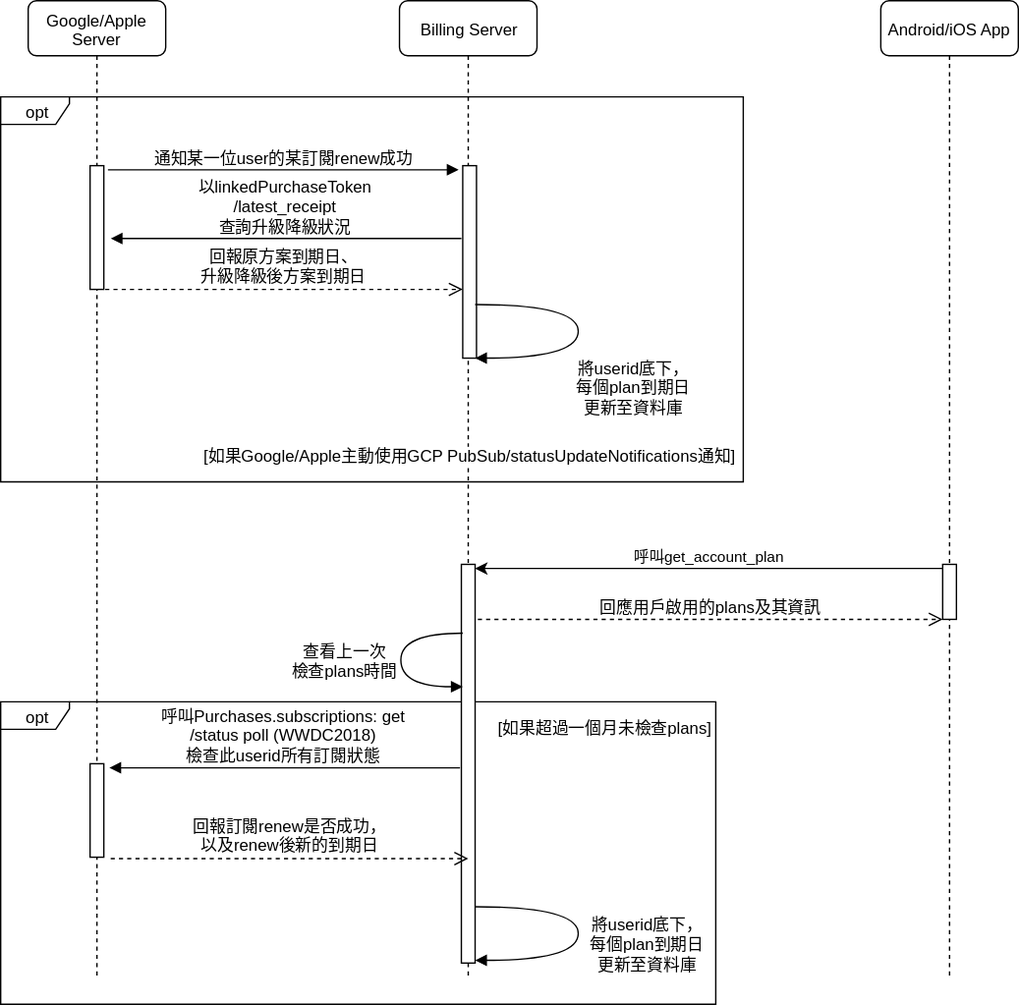
This is aicam_cloud_in_app_purchases_renewing.svg from buddisattva/aicam.github.io, a draw.io export, as it was before one commit. Source tidied: cells renumbered, new cells last; positions are measured from the earlier drawing's top-left corner, leaving out a move shared by most shapes. Its diagram source:
```xml
<mxGraphModel>
  <root>
    <mxCell id="0" />
    <mxCell id="1" parent="0" />
    <mxCell id="2" value="opt" style="shape=umlFrame;whiteSpace=wrap;html=1;width=50;height=20;fontFamily=Helvetica;" parent="1" vertex="1">
      <mxGeometry y="510" width="520" height="220" as="geometry" />
    </mxCell>
    <mxCell id="3" value="Google/Apple Server" style="shape=umlLifeline;perimeter=lifelinePerimeter;whiteSpace=wrap;html=1;rounded=1;shadow=0;comic=0;labelBackgroundColor=none;strokeColor=#000000;strokeWidth=1;fillColor=#FFFFFF;fontFamily=Helvetica;fontSize=12;fontColor=#000000;align=center;" parent="1" vertex="1">
      <mxGeometry x="20" width="100" height="710" as="geometry" />
    </mxCell>
    <mxCell id="4" style="group;fontFamily=Helvetica;" parent="3" vertex="1">
      <mxGeometry x="45" y="120" width="10" height="90" as="geometry" />
    </mxCell>
    <mxCell id="5" style="html=1;perimeter=orthogonalPerimeter;fontFamily=Helvetica;fontSize=12;" parent="4" vertex="1">
      <mxGeometry width="10" height="90" as="geometry" />
    </mxCell>
    <mxCell id="6" value="opt" style="shape=umlFrame;whiteSpace=wrap;html=1;width=50;height=20;fontFamily=Helvetica;" parent="1" vertex="1">
      <mxGeometry y="70" width="540" height="280" as="geometry" />
    </mxCell>
    <mxCell id="7" value="Billing Server" style="shape=umlLifeline;perimeter=lifelinePerimeter;whiteSpace=wrap;html=1;rounded=1;shadow=0;comic=0;labelBackgroundColor=none;strokeColor=#000000;strokeWidth=1;fillColor=#FFFFFF;fontFamily=Helvetica;fontSize=12;fontColor=#000000;align=center;" parent="1" vertex="1">
      <mxGeometry x="290" width="100" height="710" as="geometry" />
    </mxCell>
    <mxCell id="8" style="group;fontFamily=Helvetica;" parent="7" vertex="1">
      <mxGeometry x="46" y="120" width="10" height="140" as="geometry" />
    </mxCell>
    <mxCell id="9" style="html=1;perimeter=orthogonalPerimeter;fontFamily=Helvetica;fontSize=12;" parent="8" vertex="1">
      <mxGeometry width="10" height="140" as="geometry" />
    </mxCell>
    <mxCell id="10" style="html=1;points=[];perimeter=orthogonalPerimeter;rounded=0;shadow=0;comic=0;labelBackgroundColor=none;strokeColor=#000000;strokeWidth=1;fillColor=#FFFFFF;fontFamily=Helvetica;fontSize=12;fontColor=#000000;align=center;" parent="7" vertex="1">
      <mxGeometry x="45" y="410" width="10" height="290" as="geometry" />
    </mxCell>
    <mxCell id="11" value="[如果Google/Apple主動使用GCP PubSub/statusUpdateNotifications通知]" style="text;html=1;align=left;verticalAlign=top;spacingTop=-4;fontSize=12;fontFamily=Helvetica;labelBackgroundColor=#ffffff;" parent="1" vertex="1">
      <mxGeometry x="146" y="322.2" width="400" height="20" as="geometry" />
    </mxCell>
    <mxCell id="12" value="通知某一位user的某訂閱renew成功&lt;br&gt;" style="html=1;verticalAlign=bottom;endArrow=block;labelBackgroundColor=#ffffff;fontFamily=Helvetica;fontSize=12;edgeStyle=elbowEdgeStyle;elbow=vertical;" parent="1" edge="1">
      <mxGeometry relative="1" as="geometry">
        <mxPoint x="78" y="123" as="sourcePoint" />
        <mxPoint x="333" y="123" as="targetPoint" />
      </mxGeometry>
    </mxCell>
    <mxCell id="13" value="將userid底下，&lt;br&gt;每個plan到期日&lt;br&gt;更新至資料庫&lt;br&gt;" style="html=1;verticalAlign=top;endArrow=block;labelBackgroundColor=none;fontFamily=Helvetica;fontSize=12;elbow=vertical;edgeStyle=orthogonalEdgeStyle;curved=1;exitX=0.5;exitY=0.013;exitPerimeter=0;exitDx=0;exitDy=0;labelPosition=center;verticalLabelPosition=bottom;align=center;" parent="1" edge="1">
      <mxGeometry x="0.21" y="-40" relative="1" as="geometry">
        <mxPoint x="345" y="221" as="sourcePoint" />
        <mxPoint x="345" y="260" as="targetPoint" />
        <Array as="points">
          <mxPoint x="420" y="221" />
          <mxPoint x="420" y="260" />
        </Array>
        <mxPoint x="40" y="34" as="offset" />
      </mxGeometry>
    </mxCell>
    <mxCell id="14" value="&lt;span&gt;以linkedPurchaseToken&lt;br&gt;&lt;/span&gt;/&lt;span&gt;latest_receipt&lt;/span&gt;&lt;br&gt;查詢升級降級狀況&lt;br&gt;" style="html=1;verticalAlign=bottom;endArrow=block;labelBackgroundColor=#ffffff;fontFamily=Helvetica;fontSize=12;edgeStyle=elbowEdgeStyle;elbow=vertical;" parent="1" edge="1">
      <mxGeometry relative="1" as="geometry">
        <mxPoint x="335" y="173" as="sourcePoint" />
        <mxPoint x="80" y="173" as="targetPoint" />
      </mxGeometry>
    </mxCell>
    <mxCell id="15" value="回報原方案到期日、&lt;br&gt;升級降級後方案到期日&lt;br&gt;" style="html=1;verticalAlign=bottom;endArrow=open;dashed=1;endSize=8;labelBackgroundColor=none;fontFamily=Helvetica;fontSize=12;" parent="1" edge="1">
      <mxGeometry relative="1" as="geometry">
        <mxPoint x="76" y="210" as="sourcePoint" />
        <mxPoint x="336" y="210" as="targetPoint" />
      </mxGeometry>
    </mxCell>
    <mxCell id="16" value="Android/iOS App" style="shape=umlLifeline;perimeter=lifelinePerimeter;whiteSpace=wrap;html=1;rounded=1;shadow=0;comic=0;labelBackgroundColor=none;strokeColor=#000000;strokeWidth=1;fillColor=#FFFFFF;fontFamily=Helvetica;fontSize=12;fontColor=#000000;align=center;" parent="1" vertex="1">
      <mxGeometry x="640" width="100" height="710" as="geometry" />
    </mxCell>
    <mxCell id="17" style="html=1;points=[];perimeter=orthogonalPerimeter;rounded=0;shadow=0;comic=0;labelBackgroundColor=none;strokeColor=#000000;strokeWidth=1;fillColor=#FFFFFF;fontFamily=Helvetica;fontSize=12;fontColor=#000000;align=center;" parent="16" vertex="1">
      <mxGeometry x="45" y="410" width="10" height="40" as="geometry" />
    </mxCell>
    <mxCell id="18" value="呼叫get_account_plan" style="endArrow=classic;html=1;entryX=0.96;entryY=0.011;entryDx=0;entryDy=0;entryPerimeter=0;labelPosition=center;verticalLabelPosition=top;align=center;verticalAlign=bottom;" parent="1" edge="1" target="10">
      <mxGeometry relative="1" as="geometry">
        <mxPoint x="685" y="413" as="sourcePoint" />
      </mxGeometry>
    </mxCell>
    <mxCell id="19" value="回應用戶啟用的plans及其資訊&lt;br&gt;" style="html=1;verticalAlign=bottom;endArrow=open;dashed=1;endSize=8;labelBackgroundColor=none;fontFamily=Helvetica;fontSize=12;entryX=0.04;entryY=1.007;entryDx=0;entryDy=0;entryPerimeter=0;" parent="1" edge="1" target="17">
      <mxGeometry relative="1" as="geometry">
        <mxPoint x="347" y="450" as="sourcePoint" />
      </mxGeometry>
    </mxCell>
    <mxCell id="20" style="html=1;perimeter=orthogonalPerimeter;fontFamily=Helvetica;" parent="1" vertex="1">
      <mxGeometry x="65" y="555" width="10" height="68" as="geometry" />
    </mxCell>
    <mxCell id="21" value="呼叫Purchases.subscriptions: get&lt;br&gt;/status poll (WWDC2018)&lt;br&gt;檢查此userid所有訂閱狀態&lt;br&gt;" style="html=1;verticalAlign=bottom;endArrow=block;labelBackgroundColor=#ffffff;fontFamily=Helvetica;fontSize=12;edgeStyle=elbowEdgeStyle;elbow=vertical;" parent="1" edge="1">
      <mxGeometry relative="1" as="geometry">
        <mxPoint x="334" y="558" as="sourcePoint" />
        <mxPoint x="79" y="558" as="targetPoint" />
      </mxGeometry>
    </mxCell>
    <mxCell id="22" value="回報訂閱renew是否成功，&lt;br&gt;以及renew後新的到期日&lt;br&gt;" style="html=1;verticalAlign=bottom;endArrow=open;dashed=1;endSize=8;labelBackgroundColor=none;fontFamily=Helvetica;fontSize=12;" parent="1" edge="1">
      <mxGeometry relative="1" as="geometry">
        <mxPoint x="80" y="624" as="sourcePoint" />
        <mxPoint x="340" y="624" as="targetPoint" />
      </mxGeometry>
    </mxCell>
    <mxCell id="23" value="將userid底下，&lt;br&gt;每個plan到期日&lt;br&gt;更新至資料庫&lt;br&gt;" style="html=1;verticalAlign=top;endArrow=block;labelBackgroundColor=none;fontFamily=Helvetica;fontSize=12;elbow=vertical;edgeStyle=orthogonalEdgeStyle;curved=1;exitX=0.5;exitY=0.013;exitPerimeter=0;exitDx=0;exitDy=0;labelPosition=center;verticalLabelPosition=bottom;align=center;" parent="1" edge="1">
      <mxGeometry x="-0.21" y="50" relative="1" as="geometry">
        <mxPoint x="345" y="659" as="sourcePoint" />
        <mxPoint x="344.5" y="698" as="targetPoint" />
        <Array as="points">
          <mxPoint x="420" y="659" />
          <mxPoint x="420" y="698" />
        </Array>
      </mxGeometry>
    </mxCell>
    <mxCell id="24" value="查看上一次&lt;br&gt;檢查plans時間" style="html=1;verticalAlign=top;endArrow=block;labelBackgroundColor=none;fontFamily=Helvetica;fontSize=12;elbow=vertical;edgeStyle=orthogonalEdgeStyle;curved=1;exitX=0.5;exitY=0.013;exitPerimeter=0;exitDx=0;exitDy=0;labelPosition=center;verticalLabelPosition=bottom;align=center;" parent="1" edge="1">
      <mxGeometry x="-0.3" y="41" relative="1" as="geometry">
        <mxPoint x="336" y="460" as="sourcePoint" />
        <mxPoint x="336" y="499" as="targetPoint" />
        <Array as="points">
          <mxPoint x="291" y="460" />
          <mxPoint x="291" y="499" />
        </Array>
        <mxPoint x="-82" as="offset" />
      </mxGeometry>
    </mxCell>
    <mxCell id="25" value="[如果超過一個月未檢查plans]" style="text;html=1;align=left;verticalAlign=top;spacingTop=-4;fontSize=12;fontFamily=Helvetica;labelBackgroundColor=#ffffff;" parent="1" vertex="1">
      <mxGeometry x="360" y="520.2" width="170" height="20" as="geometry" />
    </mxCell>
  </root>
</mxGraphModel>
```
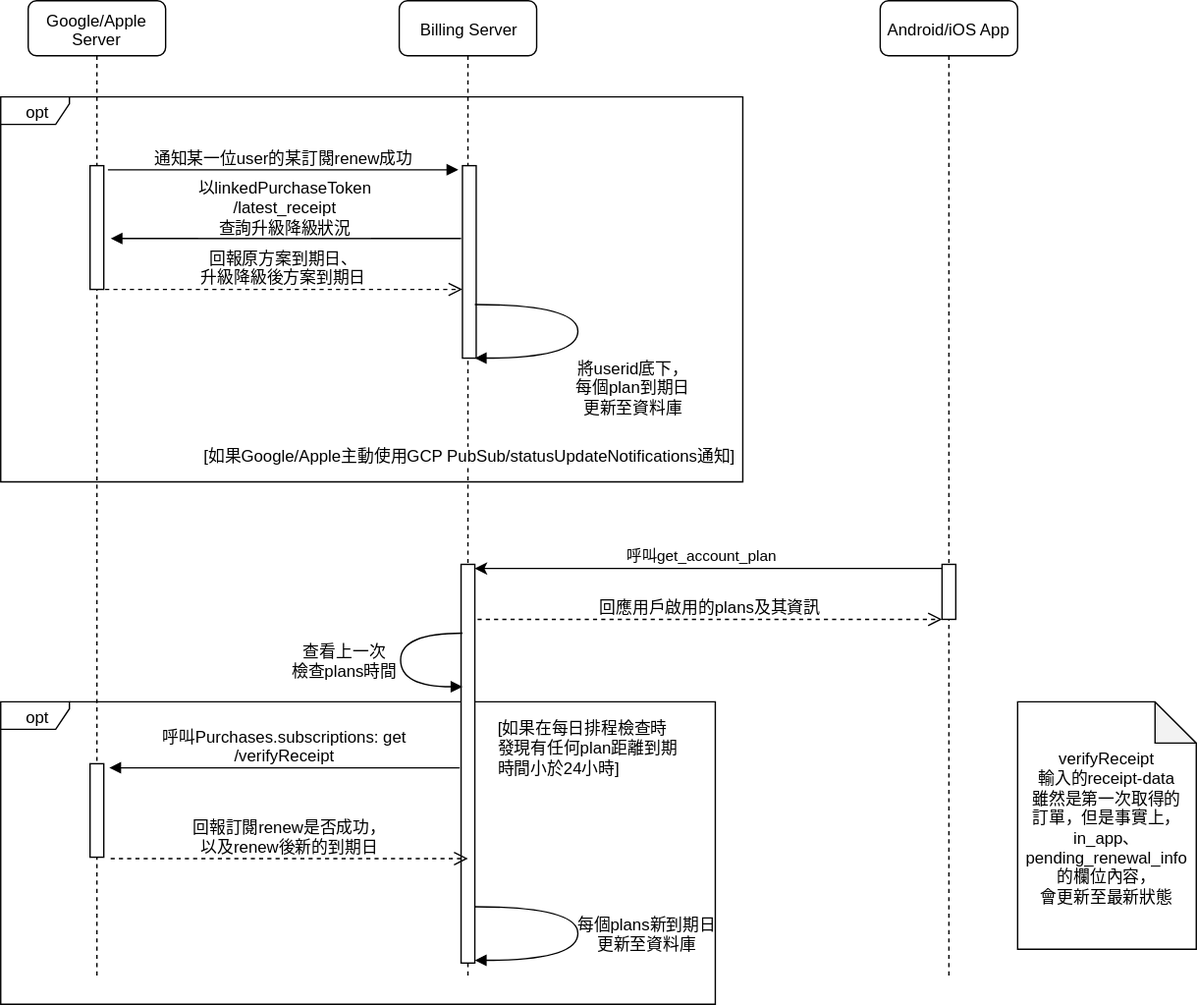
After the change.

Commit message:
Update renew and cancel.

Diff of the diagram source:
```diff
@@ -80,7 +80,7 @@
     <mxCell id="20" style="html=1;perimeter=orthogonalPerimeter;fontFamily=Helvetica;" parent="1" vertex="1">
       <mxGeometry x="65" y="555" width="10" height="68" as="geometry" />
     </mxCell>
-    <mxCell id="21" value="呼叫Purchases.subscriptions: get&lt;br&gt;/status poll (WWDC2018)&lt;br&gt;檢查此userid所有訂閱狀態&lt;br&gt;" style="html=1;verticalAlign=bottom;endArrow=block;labelBackgroundColor=#ffffff;fontFamily=Helvetica;fontSize=12;edgeStyle=elbowEdgeStyle;elbow=vertical;" parent="1" edge="1">
+    <mxCell id="21" value="呼叫Purchases.subscriptions: get&lt;br&gt;/verifyReceipt&lt;br&gt;" style="html=1;verticalAlign=bottom;endArrow=block;labelBackgroundColor=#ffffff;fontFamily=Helvetica;fontSize=12;edgeStyle=elbowEdgeStyle;elbow=vertical;" parent="1" edge="1">
       <mxGeometry relative="1" as="geometry">
         <mxPoint x="334" y="558" as="sourcePoint" />
         <mxPoint x="79" y="558" as="targetPoint" />
@@ -92,7 +92,7 @@
         <mxPoint x="340" y="624" as="targetPoint" />
       </mxGeometry>
     </mxCell>
-    <mxCell id="23" value="將userid底下，&lt;br&gt;每個plan到期日&lt;br&gt;更新至資料庫&lt;br&gt;" style="html=1;verticalAlign=top;endArrow=block;labelBackgroundColor=none;fontFamily=Helvetica;fontSize=12;elbow=vertical;edgeStyle=orthogonalEdgeStyle;curved=1;exitX=0.5;exitY=0.013;exitPerimeter=0;exitDx=0;exitDy=0;labelPosition=center;verticalLabelPosition=bottom;align=center;" parent="1" edge="1">
+    <mxCell id="23" value="每個plans新到期日&lt;br&gt;更新至資料庫&lt;br&gt;" style="html=1;verticalAlign=top;endArrow=block;labelBackgroundColor=none;fontFamily=Helvetica;fontSize=12;elbow=vertical;edgeStyle=orthogonalEdgeStyle;curved=1;exitX=0.5;exitY=0.013;exitPerimeter=0;exitDx=0;exitDy=0;labelPosition=center;verticalLabelPosition=bottom;align=center;" parent="1" edge="1">
       <mxGeometry x="-0.21" y="50" relative="1" as="geometry">
         <mxPoint x="345" y="659" as="sourcePoint" />
         <mxPoint x="344.5" y="698" as="targetPoint" />
@@ -113,8 +113,11 @@
         <mxPoint x="-82" as="offset" />
       </mxGeometry>
     </mxCell>
-    <mxCell id="25" value="[如果超過一個月未檢查plans]" style="text;html=1;align=left;verticalAlign=top;spacingTop=-4;fontSize=12;fontFamily=Helvetica;labelBackgroundColor=#ffffff;" parent="1" vertex="1">
-      <mxGeometry x="360" y="520.2" width="170" height="20" as="geometry" />
+    <mxCell id="25" value="[如果在每日排程檢查時&lt;br&gt;發現有任何plan距離到期&lt;br&gt;時間小於24小時]" style="text;html=1;align=left;verticalAlign=top;spacingTop=-4;fontSize=12;fontFamily=Helvetica;labelBackgroundColor=#ffffff;" parent="1" vertex="1">
+      <mxGeometry x="360" y="520.2" width="150" height="40" as="geometry" />
     </mxCell>
+    <mxCell id="26" value="verifyReceipt&lt;br&gt;輸入的receipt-data&lt;br&gt;雖然是第一次取得的&lt;br&gt;訂單，但是事實上，&lt;br&gt;in_app、&lt;br&gt;pending_renewal_info&lt;br&gt;的欄位內容，&lt;br&gt;會更新至最新狀態&lt;br&gt;" style="shape=note;whiteSpace=wrap;html=1;backgroundOutline=1;darkOpacity=0.05;" parent="1" vertex="1">
+      <mxGeometry x="740" y="510" width="130" height="180" as="geometry" />
+    </mxCell>
   </root>
 </mxGraphModel>
```
